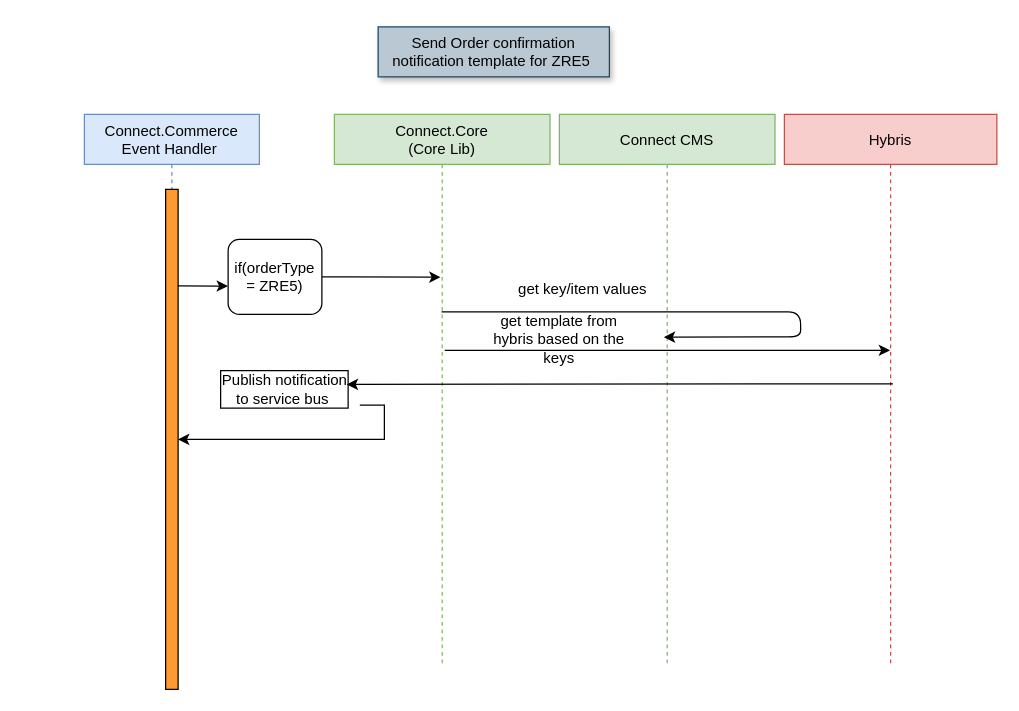
Above: Untitled Diagram.drawio in MrMetalAddict/Retail-Mon (draw.io), before the change. Source tidied: cells renumbered, new cells numbered last; positions are measured from the earlier drawing's top-left corner, leaving out a move shared by most shapes. Both pictures are drawn from the tidied source at 125%, with x=0, y=0 at pixel (84, 26).
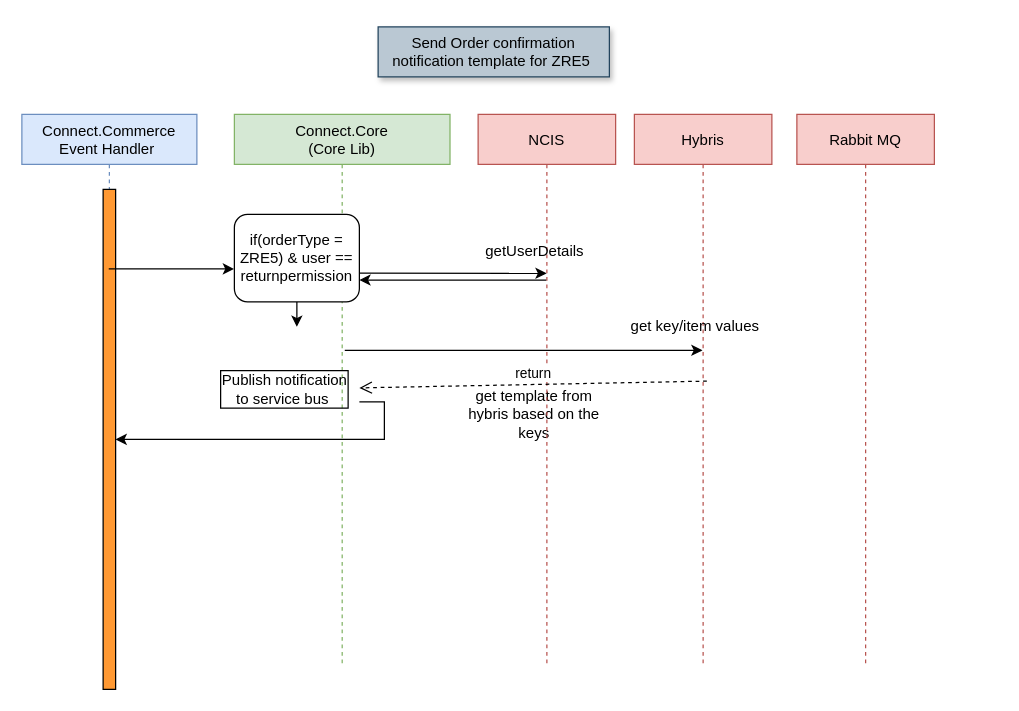
The same page after the edit.

The change refers to these unchanged cells:
```xml
<mxCell id="3" style="points=[];perimeter=orthogonalPerimeter;rounded=0;shadow=0;strokeWidth=1;fillColor=#FF9933;" parent="2" vertex="1">
  <mxGeometry x="65" y="60" width="10" height="400" as="geometry" />
</mxCell>
<mxCell id="11" value="Publish notification &lt;br&gt;to service bus&amp;nbsp;" style="text;html=1;align=center;verticalAlign=middle;points=[];labelBorderColor=#000000;" parent="1" vertex="1">
  <mxGeometry x="100" y="275" width="120" height="30" as="geometry" />
</mxCell>
```

Change to the diagram source:
```diff
@@
     <mxCell id="2" value="Connect.Commerce&#10;Event Handler " style="shape=umlLifeline;perimeter=lifelinePerimeter;rounded=0;shadow=0;strokeWidth=1;fillColor=#dae8fc;strokeColor=#6c8ebf;" parent="1" vertex="1">
-      <mxGeometry y="70" width="140" height="440" as="geometry" />
+      <mxGeometry x="-50" y="70" width="140" height="440" as="geometry" />
     </mxCell>
@@
     <mxCell id="4" value="Connect.Core &#10;(Core Lib)" style="shape=umlLifeline;perimeter=lifelinePerimeter;rounded=0;shadow=0;strokeWidth=1;fillColor=#d5e8d4;strokeColor=#82b366;" parent="1" vertex="1">
-      <mxGeometry x="200" y="70" width="172.5" height="440" as="geometry" />
+      <mxGeometry x="120" y="70" width="172.5" height="440" as="geometry" />
     </mxCell>
@@
     <mxCell id="6" value="Hybris" style="shape=umlLifeline;perimeter=lifelinePerimeter;rounded=0;shadow=0;strokeWidth=1;fillColor=#f8cecc;strokeColor=#b85450;" parent="1" vertex="1">
-      <mxGeometry x="560" y="70" width="170" height="440" as="geometry" />
+      <mxGeometry x="440" y="70" width="110" height="440" as="geometry" />
     </mxCell>
-    <mxCell id="7" style="edgeStyle=orthogonalEdgeStyle;rounded=0;jettySize=auto;html=1;entryX=0.492;entryY=0.296;entryDx=0;entryDy=0;entryPerimeter=0;" parent="1" edge="1" source="8" target="4">
-      <mxGeometry relative="1" as="geometry" />
-    </mxCell>
+    <mxCell id="19" style="edgeStyle=orthogonalEdgeStyle;rounded=0;jettySize=auto;html=1;" parent="1" edge="1" source="8">
+      <mxGeometry relative="1" as="geometry">
+        <mxPoint x="170" y="240" as="targetPoint" />
+      </mxGeometry>
+    </mxCell>
-    <mxCell id="8" value="if(orderType = ZRE5)" style="rounded=1;whiteSpace=wrap;html=1;" parent="1" vertex="1">
-      <mxGeometry x="115" y="170" width="75" height="60" as="geometry" />
+    <mxCell id="8" value="if(orderType = ZRE5) &amp;amp; user == returnpermission" style="rounded=1;whiteSpace=wrap;html=1;" parent="1" vertex="1">
+      <mxGeometry x="120" y="150" width="100" height="70" as="geometry" />
     </mxCell>
-    <mxCell id="9" style="endArrow=classic;html=1;exitX=0.98;exitY=0.193;exitDx=0;exitDy=0;exitPerimeter=0;entryX=-0.003;entryY=0.623;entryDx=0;entryDy=0;entryPerimeter=0;" parent="1" edge="1" source="3" target="8">
+    <mxCell id="9" style="endArrow=classic;html=1;entryX=-0.003;entryY=0.623;entryDx=0;entryDy=0;entryPerimeter=0;" parent="1" edge="1" source="2" target="8">
       <mxGeometry relative="1" as="geometry" />
     </mxCell>
-    <mxCell id="10" value="Connect CMS" style="shape=umlLifeline;perimeter=lifelinePerimeter;rounded=0;shadow=0;strokeWidth=1;fillColor=#d5e8d4;strokeColor=#82b366;" parent="1" vertex="1">
-      <mxGeometry x="380" y="70" width="172.5" height="440" as="geometry" />
-    </mxCell>
@@
-    <mxCell id="13" style="endArrow=classic;html=1;exitX=0.511;exitY=0.49;exitDx=0;exitDy=0;exitPerimeter=0;" parent="1" edge="1" source="6">
-      <mxGeometry relative="1" as="geometry">
-        <mxPoint x="210" y="286" as="targetPoint" />
-      </mxGeometry>
-    </mxCell>
     <mxCell id="14" value="get key/item values&amp;nbsp;" style="text;html=1;align=center;verticalAlign=middle;" parent="1" vertex="1">
-      <mxGeometry x="340" y="200" width="120" height="20" as="geometry" />
+      <mxGeometry x="430" y="230" width="120" height="20" as="geometry" />
     </mxCell>
-    <mxCell id="15" style="endArrow=classic;html=1;entryX=0.485;entryY=0.405;entryDx=0;entryDy=0;entryPerimeter=0;" parent="1" edge="1" source="4" target="10">
-      <mxGeometry relative="1" as="geometry">
-        <Array as="points">
-          <mxPoint x="573" y="228" />
-          <mxPoint x="573" y="248" />
-        </Array>
-      </mxGeometry>
-    </mxCell>
@@
     <mxCell id="17" value="get template from hybris based on the keys" style="text;html=1;strokeColor=none;fillColor=none;align=center;verticalAlign=middle;whiteSpace=wrap;rounded=0;" parent="1" vertex="1">
-      <mxGeometry x="320" y="240" width="120" height="20" as="geometry" />
+      <mxGeometry x="300" y="300" width="120" height="20" as="geometry" />
     </mxCell>
-    <mxCell id="18" style="edgeStyle=orthogonalEdgeStyle;rounded=0;jettySize=auto;html=1;exitX=1.003;exitY=0.92;exitDx=0;exitDy=0;exitPerimeter=0;" parent="1" edge="1" source="11" target="3">
+    <mxCell id="18" style="edgeStyle=orthogonalEdgeStyle;rounded=0;jettySize=auto;html=1;" parent="1" edge="1" source="11" target="3">
       <mxGeometry relative="1" as="geometry">
         <Array as="points">
+          <mxPoint x="240" y="300" />
           <mxPoint x="240" y="330" />
         </Array>
       </mxGeometry>
     </mxCell>
+    <mxCell id="20" value="NCIS" style="shape=umlLifeline;perimeter=lifelinePerimeter;rounded=0;shadow=0;strokeWidth=1;fillColor=#f8cecc;strokeColor=#b85450;" parent="1" vertex="1">
+      <mxGeometry x="315" y="70" width="110" height="440" as="geometry" />
+    </mxCell>
+    <mxCell id="21" style="endArrow=classic;html=1;entryX=0.498;entryY=0.289;entryDx=0;entryDy=0;entryPerimeter=0;" parent="1" edge="1" target="20">
+      <mxGeometry relative="1" as="geometry">
+        <mxPoint x="220" y="197" as="sourcePoint" />
+      </mxGeometry>
+    </mxCell>
+    <mxCell id="22" value="getUserDetails" style="text;html=1;align=center;verticalAlign=middle;" parent="1" vertex="1">
+      <mxGeometry x="315" y="170" width="90" height="20" as="geometry" />
+    </mxCell>
+    <mxCell id="23" style="endArrow=classic;html=1;entryX=1;entryY=0.75;entryDx=0;entryDy=0;" parent="1" edge="1" source="20" target="8">
+      <mxGeometry relative="1" as="geometry" />
+    </mxCell>
+    <mxCell id="24" value="return" style="html=1;verticalAlign=bottom;endArrow=open;dashed=1;endSize=8;exitX=0.527;exitY=0.485;exitDx=0;exitDy=0;exitPerimeter=0;" parent="1" edge="1" source="6" target="11">
+      <mxGeometry relative="1" as="geometry" />
+    </mxCell>
+    <mxCell id="25" value="Rabbit MQ" style="shape=umlLifeline;perimeter=lifelinePerimeter;rounded=0;shadow=0;strokeWidth=1;fillColor=#f8cecc;strokeColor=#b85450;" parent="1" vertex="1">
+      <mxGeometry x="570" y="70" width="110" height="440" as="geometry" />
+    </mxCell>
```
